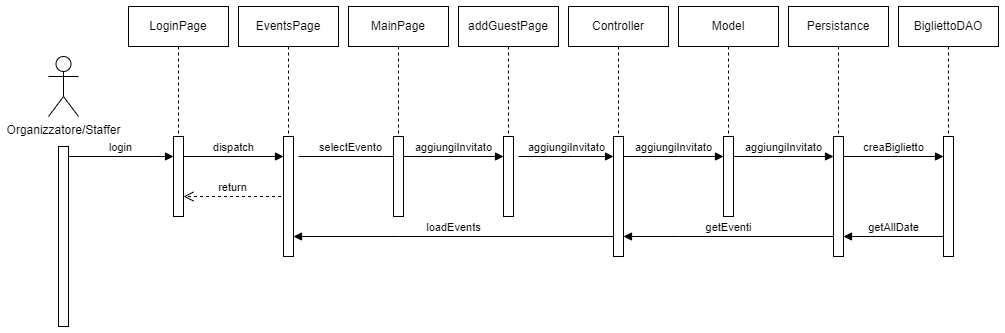
This is Documentazione/Diagrammi/Draw.io/images/aggiungiInvitato.png from IngSW-unipv/Progetto-H25, a draw.io export, as it was before one commit. Source tidied: cells renumbered, new cells last; positions are measured from the earlier drawing's top-left corner, leaving out a move shared by most shapes. The source it was exported from:
```xml
<mxGraphModel>
  <root>
    <mxCell id="0" />
    <mxCell id="1" parent="0" />
    <mxCell id="2" value="Organizzatore/Staffer" style="shape=umlActor;verticalLabelPosition=bottom;verticalAlign=top;html=1;" parent="1" vertex="1">
      <mxGeometry y="50" width="30" height="60" as="geometry" />
    </mxCell>
    <mxCell id="3" style="html=1;perimeter=orthogonalPerimeter;targetShapes=umlLifeline;newEdgeStyle={&quot;curved&quot;:0,&quot;rounded&quot;:0};" parent="1" vertex="1">
      <mxGeometry x="10" y="140" width="10" height="180" as="geometry" />
    </mxCell>
    <mxCell id="4" value="login" style="html=1;verticalAlign=bottom;endArrow=block;edgeStyle=elbowEdgeStyle;elbow=vertical;curved=0;rounded=0;" parent="1" edge="1">
      <mxGeometry relative="1" as="geometry">
        <mxPoint x="20" y="150" as="sourcePoint" />
        <mxPoint x="125" y="150" as="targetPoint" />
        <Array as="points">
          <mxPoint x="105" y="150" />
        </Array>
      </mxGeometry>
    </mxCell>
    <mxCell id="5" style="group;" parent="1" vertex="1">
      <mxGeometry x="80" width="100" height="210" as="geometry" />
    </mxCell>
    <mxCell id="6" value="LoginPage" style="shape=umlLifeline;perimeter=lifelinePerimeter;whiteSpace=wrap;html=1;newEdgeStyle={&quot;edgeStyle&quot;:&quot;elbowEdgeStyle&quot;,&quot;elbow&quot;:&quot;vertical&quot;,&quot;curved&quot;:0,&quot;rounded&quot;:0};" parent="5" vertex="1">
      <mxGeometry width="100" height="210" as="geometry" />
    </mxCell>
    <mxCell id="7" style="html=1;points=[[0,0,0,0,5],[0,1,0,0,-5],[1,0,0,0,5],[1,1,0,0,-5]];perimeter=orthogonalPerimeter;outlineConnect=0;targetShapes=umlLifeline;portConstraint=eastwest;newEdgeStyle={&quot;curved&quot;:0,&quot;rounded&quot;:0};" parent="5" vertex="1">
      <mxGeometry x="45" y="130" width="10" height="80" as="geometry" />
    </mxCell>
    <mxCell id="8" value="return" style="html=1;verticalAlign=bottom;endArrow=open;dashed=1;endSize=8;curved=0;rounded=0;entryX=1.5;entryY=0.625;entryDx=0;entryDy=0;entryPerimeter=0;" parent="5" edge="1">
      <mxGeometry relative="1" as="geometry">
        <mxPoint x="152.5" y="190" as="sourcePoint" />
        <mxPoint x="55" y="190" as="targetPoint" />
      </mxGeometry>
    </mxCell>
    <mxCell id="9" value="dispatch" style="html=1;verticalAlign=bottom;endArrow=block;edgeStyle=elbowEdgeStyle;elbow=vertical;curved=0;rounded=0;" parent="1" edge="1" source="7" target="12">
      <mxGeometry relative="1" as="geometry">
        <Array as="points">
          <mxPoint x="190" y="150" />
        </Array>
      </mxGeometry>
    </mxCell>
    <mxCell id="10" style="group;" parent="1" vertex="1">
      <mxGeometry x="190" width="100" height="270" as="geometry" />
    </mxCell>
    <mxCell id="11" value="EventsPage" style="shape=umlLifeline;perimeter=lifelinePerimeter;whiteSpace=wrap;html=1;newEdgeStyle={&quot;edgeStyle&quot;:&quot;elbowEdgeStyle&quot;,&quot;elbow&quot;:&quot;vertical&quot;,&quot;curved&quot;:0,&quot;rounded&quot;:0};" parent="10" vertex="1">
      <mxGeometry width="100" height="210" as="geometry" />
    </mxCell>
    <mxCell id="12" style="html=1;points=[[0,0,0,0,5],[0,1,0,0,-5],[1,0,0,0,5],[1,1,0,0,-5]];perimeter=orthogonalPerimeter;outlineConnect=0;targetShapes=umlLifeline;portConstraint=eastwest;newEdgeStyle={&quot;curved&quot;:0,&quot;rounded&quot;:0};" parent="10" vertex="1">
      <mxGeometry x="45" y="130" width="10" height="120" as="geometry" />
    </mxCell>
    <mxCell id="13" value="selectEvento" style="html=1;verticalAlign=bottom;endArrow=block;edgeStyle=elbowEdgeStyle;elbow=vertical;curved=0;rounded=0;" parent="1" edge="1">
      <mxGeometry relative="1" as="geometry">
        <mxPoint x="250" y="150" as="sourcePoint" />
        <mxPoint x="355" y="150" as="targetPoint" />
        <Array as="points">
          <mxPoint x="335" y="150" />
        </Array>
      </mxGeometry>
    </mxCell>
    <mxCell id="14" style="group;" parent="1" vertex="1">
      <mxGeometry x="300" width="100" height="210" as="geometry" />
    </mxCell>
    <mxCell id="15" value="MainPage" style="shape=umlLifeline;perimeter=lifelinePerimeter;whiteSpace=wrap;html=1;newEdgeStyle={&quot;edgeStyle&quot;:&quot;elbowEdgeStyle&quot;,&quot;elbow&quot;:&quot;vertical&quot;,&quot;curved&quot;:0,&quot;rounded&quot;:0};" parent="14" vertex="1">
      <mxGeometry width="100" height="210" as="geometry" />
    </mxCell>
    <mxCell id="16" style="html=1;points=[[0,0,0,0,5],[0,1,0,0,-5],[1,0,0,0,5],[1,1,0,0,-5]];perimeter=orthogonalPerimeter;outlineConnect=0;targetShapes=umlLifeline;portConstraint=eastwest;newEdgeStyle={&quot;curved&quot;:0,&quot;rounded&quot;:0};" parent="14" vertex="1">
      <mxGeometry x="45" y="130" width="10" height="80" as="geometry" />
    </mxCell>
    <mxCell id="17" value="aggiungiInvitato" style="html=1;verticalAlign=bottom;endArrow=block;edgeStyle=elbowEdgeStyle;elbow=horizontal;curved=0;rounded=0;" parent="1" edge="1" source="16" target="38">
      <mxGeometry relative="1" as="geometry">
        <Array as="points">
          <mxPoint x="410" y="150" />
        </Array>
      </mxGeometry>
    </mxCell>
    <mxCell id="18" style="group;" parent="1" vertex="1">
      <mxGeometry x="520" width="100" height="260" as="geometry" />
    </mxCell>
    <mxCell id="19" value="Controller" style="shape=umlLifeline;perimeter=lifelinePerimeter;whiteSpace=wrap;html=1;newEdgeStyle={&quot;edgeStyle&quot;:&quot;elbowEdgeStyle&quot;,&quot;elbow&quot;:&quot;vertical&quot;,&quot;curved&quot;:0,&quot;rounded&quot;:0};" parent="18" vertex="1">
      <mxGeometry width="100" height="210" as="geometry" />
    </mxCell>
    <mxCell id="20" style="html=1;points=[[0,0,0,0,5],[0,1,0,0,-5],[1,0,0,0,5],[1,1,0,0,-5]];perimeter=orthogonalPerimeter;outlineConnect=0;targetShapes=umlLifeline;portConstraint=eastwest;newEdgeStyle={&quot;curved&quot;:0,&quot;rounded&quot;:0};" parent="18" vertex="1">
      <mxGeometry x="45" y="130" width="10" height="120" as="geometry" />
    </mxCell>
    <mxCell id="21" style="group;" parent="1" vertex="1">
      <mxGeometry x="630" width="100" height="210" as="geometry" />
    </mxCell>
    <mxCell id="22" value="Model" style="shape=umlLifeline;perimeter=lifelinePerimeter;whiteSpace=wrap;html=1;newEdgeStyle={&quot;edgeStyle&quot;:&quot;elbowEdgeStyle&quot;,&quot;elbow&quot;:&quot;vertical&quot;,&quot;curved&quot;:0,&quot;rounded&quot;:0};" parent="21" vertex="1">
      <mxGeometry width="100" height="210" as="geometry" />
    </mxCell>
    <mxCell id="23" style="html=1;perimeter=orthogonalPerimeter;targetShapes=umlLifeline;newEdgeStyle={&quot;curved&quot;:0,&quot;rounded&quot;:0};" parent="21" vertex="1">
      <mxGeometry x="45" y="130" width="10" height="80" as="geometry" />
    </mxCell>
    <mxCell id="24" value="aggiungiInvitato" style="html=1;verticalAlign=bottom;endArrow=block;edgeStyle=elbowEdgeStyle;elbow=vertical;curved=0;rounded=0;" parent="21" edge="1">
      <mxGeometry relative="1" as="geometry">
        <mxPoint x="-55" y="150" as="sourcePoint" />
        <mxPoint x="45" y="150" as="targetPoint" />
        <Array as="points">
          <mxPoint y="150" />
        </Array>
      </mxGeometry>
    </mxCell>
    <mxCell id="25" style="group;" parent="1" vertex="1">
      <mxGeometry x="740" width="100" height="280" as="geometry" />
    </mxCell>
    <mxCell id="26" value="Persistance" style="shape=umlLifeline;perimeter=lifelinePerimeter;whiteSpace=wrap;html=1;newEdgeStyle={&quot;edgeStyle&quot;:&quot;elbowEdgeStyle&quot;,&quot;elbow&quot;:&quot;vertical&quot;,&quot;curved&quot;:0,&quot;rounded&quot;:0};" parent="25" vertex="1">
      <mxGeometry width="100" height="210" as="geometry" />
    </mxCell>
    <mxCell id="27" style="html=1;points=[[0,0,0,0,5],[0,1,0,0,-5],[1,0,0,0,5],[1,1,0,0,-5]];perimeter=orthogonalPerimeter;outlineConnect=0;targetShapes=umlLifeline;portConstraint=eastwest;newEdgeStyle={&quot;curved&quot;:0,&quot;rounded&quot;:0};" parent="25" vertex="1">
      <mxGeometry x="45" y="130" width="10" height="120" as="geometry" />
    </mxCell>
    <mxCell id="28" value="aggiungiInvitato" style="html=1;verticalAlign=bottom;endArrow=block;edgeStyle=elbowEdgeStyle;elbow=vertical;curved=0;rounded=0;" parent="25" edge="1">
      <mxGeometry relative="1" as="geometry">
        <mxPoint x="-55" y="150" as="sourcePoint" />
        <mxPoint x="45" y="150" as="targetPoint" />
        <Array as="points">
          <mxPoint y="150" />
        </Array>
      </mxGeometry>
    </mxCell>
    <mxCell id="29" style="group;" parent="1" vertex="1">
      <mxGeometry x="850" width="100" height="270" as="geometry" />
    </mxCell>
    <mxCell id="30" value="BigliettoDAO" style="shape=umlLifeline;perimeter=lifelinePerimeter;whiteSpace=wrap;html=1;newEdgeStyle={&quot;edgeStyle&quot;:&quot;elbowEdgeStyle&quot;,&quot;elbow&quot;:&quot;vertical&quot;,&quot;curved&quot;:0,&quot;rounded&quot;:0};" parent="29" vertex="1">
      <mxGeometry width="100" height="210" as="geometry" />
    </mxCell>
    <mxCell id="31" style="html=1;points=[[0,0,0,0,5],[0,1,0,0,-5],[1,0,0,0,5],[1,1,0,0,-5]];perimeter=orthogonalPerimeter;outlineConnect=0;targetShapes=umlLifeline;portConstraint=eastwest;newEdgeStyle={&quot;curved&quot;:0,&quot;rounded&quot;:0};" parent="29" vertex="1">
      <mxGeometry x="45" y="130" width="10" height="120" as="geometry" />
    </mxCell>
    <mxCell id="32" value="creaBiglietto" style="html=1;verticalAlign=bottom;endArrow=block;edgeStyle=elbowEdgeStyle;elbow=vertical;curved=0;rounded=0;" parent="29" edge="1">
      <mxGeometry relative="1" as="geometry">
        <mxPoint x="-55" y="150" as="sourcePoint" />
        <mxPoint x="45" y="150" as="targetPoint" />
        <Array as="points">
          <mxPoint y="150" />
        </Array>
      </mxGeometry>
    </mxCell>
    <mxCell id="33" value="loadEvents" style="html=1;verticalAlign=bottom;endArrow=block;edgeStyle=elbowEdgeStyle;elbow=vertical;curved=0;rounded=0;" parent="1" edge="1" source="20" target="12">
      <mxGeometry relative="1" as="geometry">
        <Array as="points">
          <mxPoint x="350" y="230" />
        </Array>
      </mxGeometry>
    </mxCell>
    <mxCell id="34" value="getEventi" style="html=1;verticalAlign=bottom;endArrow=block;edgeStyle=elbowEdgeStyle;elbow=vertical;curved=0;rounded=0;" parent="1" edge="1" source="27" target="20">
      <mxGeometry relative="1" as="geometry">
        <Array as="points">
          <mxPoint x="630" y="230" />
        </Array>
      </mxGeometry>
    </mxCell>
    <mxCell id="35" value="getAllDate" style="html=1;verticalAlign=bottom;endArrow=block;edgeStyle=elbowEdgeStyle;elbow=vertical;curved=0;rounded=0;" parent="1" edge="1" source="31" target="27">
      <mxGeometry relative="1" as="geometry">
        <Array as="points">
          <mxPoint x="850" y="230" />
        </Array>
      </mxGeometry>
    </mxCell>
    <mxCell id="36" style="group;" parent="1" vertex="1">
      <mxGeometry x="410" width="100" height="260" as="geometry" />
    </mxCell>
    <mxCell id="37" value="addGuestPage" style="shape=umlLifeline;perimeter=lifelinePerimeter;whiteSpace=wrap;html=1;newEdgeStyle={&quot;edgeStyle&quot;:&quot;elbowEdgeStyle&quot;,&quot;elbow&quot;:&quot;vertical&quot;,&quot;curved&quot;:0,&quot;rounded&quot;:0};" parent="36" vertex="1">
      <mxGeometry width="100" height="210" as="geometry" />
    </mxCell>
    <mxCell id="38" style="html=1;points=[[0,0,0,0,5],[0,1,0,0,-5],[1,0,0,0,5],[1,1,0,0,-5]];perimeter=orthogonalPerimeter;outlineConnect=0;targetShapes=umlLifeline;portConstraint=eastwest;newEdgeStyle={&quot;curved&quot;:0,&quot;rounded&quot;:0};" parent="36" vertex="1">
      <mxGeometry x="45" y="130" width="10" height="80" as="geometry" />
    </mxCell>
    <mxCell id="39" value="aggiungiInvitato" style="html=1;verticalAlign=bottom;endArrow=block;edgeStyle=elbowEdgeStyle;elbow=horizontal;curved=0;rounded=0;" parent="36" edge="1" target="20">
      <mxGeometry relative="1" as="geometry">
        <mxPoint x="60" y="150" as="sourcePoint" />
        <Array as="points">
          <mxPoint x="115" y="150" />
        </Array>
      </mxGeometry>
    </mxCell>
  </root>
</mxGraphModel>
```
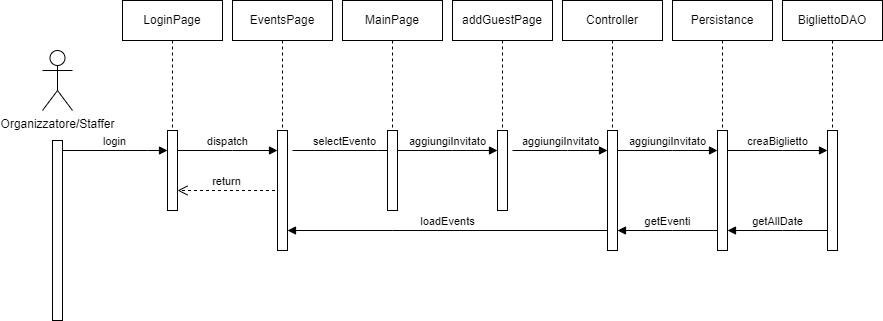
After the commit.

Change to the diagram source:
```diff
@@ -83,14 +83,8 @@
       <mxGeometry x="45" y="130" width="10" height="120" as="geometry" />
     </mxCell>
     <mxCell id="21" style="group;" parent="1" vertex="1">
-      <mxGeometry x="630" width="100" height="210" as="geometry" />
+      <mxGeometry x="630" width="210" height="280" as="geometry" />
     </mxCell>
-    <mxCell id="22" value="Model" style="shape=umlLifeline;perimeter=lifelinePerimeter;whiteSpace=wrap;html=1;newEdgeStyle={&quot;edgeStyle&quot;:&quot;elbowEdgeStyle&quot;,&quot;elbow&quot;:&quot;vertical&quot;,&quot;curved&quot;:0,&quot;rounded&quot;:0};" parent="21" vertex="1">
-      <mxGeometry width="100" height="210" as="geometry" />
-    </mxCell>
-    <mxCell id="23" style="html=1;perimeter=orthogonalPerimeter;targetShapes=umlLifeline;newEdgeStyle={&quot;curved&quot;:0,&quot;rounded&quot;:0};" parent="21" vertex="1">
-      <mxGeometry x="45" y="130" width="10" height="80" as="geometry" />
-    </mxCell>
     <mxCell id="24" value="aggiungiInvitato" style="html=1;verticalAlign=bottom;endArrow=block;edgeStyle=elbowEdgeStyle;elbow=vertical;curved=0;rounded=0;" parent="21" edge="1">
       <mxGeometry relative="1" as="geometry">
         <mxPoint x="-55" y="150" as="sourcePoint" />
@@ -100,8 +94,8 @@
         </Array>
       </mxGeometry>
     </mxCell>
-    <mxCell id="25" style="group;" parent="1" vertex="1">
-      <mxGeometry x="740" width="100" height="280" as="geometry" />
+    <mxCell id="25" style="group;" parent="21" vertex="1">
+      <mxGeometry width="100" height="280" as="geometry" />
     </mxCell>
     <mxCell id="26" value="Persistance" style="shape=umlLifeline;perimeter=lifelinePerimeter;whiteSpace=wrap;html=1;newEdgeStyle={&quot;edgeStyle&quot;:&quot;elbowEdgeStyle&quot;,&quot;elbow&quot;:&quot;vertical&quot;,&quot;curved&quot;:0,&quot;rounded&quot;:0};" parent="25" vertex="1">
       <mxGeometry width="100" height="210" as="geometry" />
@@ -109,17 +103,8 @@
     <mxCell id="27" style="html=1;points=[[0,0,0,0,5],[0,1,0,0,-5],[1,0,0,0,5],[1,1,0,0,-5]];perimeter=orthogonalPerimeter;outlineConnect=0;targetShapes=umlLifeline;portConstraint=eastwest;newEdgeStyle={&quot;curved&quot;:0,&quot;rounded&quot;:0};" parent="25" vertex="1">
       <mxGeometry x="45" y="130" width="10" height="120" as="geometry" />
     </mxCell>
-    <mxCell id="28" value="aggiungiInvitato" style="html=1;verticalAlign=bottom;endArrow=block;edgeStyle=elbowEdgeStyle;elbow=vertical;curved=0;rounded=0;" parent="25" edge="1">
-      <mxGeometry relative="1" as="geometry">
-        <mxPoint x="-55" y="150" as="sourcePoint" />
-        <mxPoint x="45" y="150" as="targetPoint" />
-        <Array as="points">
-          <mxPoint y="150" />
-        </Array>
-      </mxGeometry>
-    </mxCell>
-    <mxCell id="29" style="group;" parent="1" vertex="1">
-      <mxGeometry x="850" width="100" height="270" as="geometry" />
+    <mxCell id="29" style="group;" parent="21" vertex="1">
+      <mxGeometry x="110" width="100" height="270" as="geometry" />
     </mxCell>
     <mxCell id="30" value="BigliettoDAO" style="shape=umlLifeline;perimeter=lifelinePerimeter;whiteSpace=wrap;html=1;newEdgeStyle={&quot;edgeStyle&quot;:&quot;elbowEdgeStyle&quot;,&quot;elbow&quot;:&quot;vertical&quot;,&quot;curved&quot;:0,&quot;rounded&quot;:0};" parent="29" vertex="1">
       <mxGeometry width="100" height="210" as="geometry" />
@@ -136,6 +121,13 @@
         </Array>
       </mxGeometry>
     </mxCell>
+    <mxCell id="35" value="getAllDate" style="html=1;verticalAlign=bottom;endArrow=block;edgeStyle=elbowEdgeStyle;elbow=vertical;curved=0;rounded=0;" parent="21" edge="1" source="31" target="27">
+      <mxGeometry relative="1" as="geometry">
+        <Array as="points">
+          <mxPoint x="110" y="230" />
+        </Array>
+      </mxGeometry>
+    </mxCell>
     <mxCell id="33" value="loadEvents" style="html=1;verticalAlign=bottom;endArrow=block;edgeStyle=elbowEdgeStyle;elbow=vertical;curved=0;rounded=0;" parent="1" edge="1" source="20" target="12">
       <mxGeometry relative="1" as="geometry">
         <Array as="points">
@@ -150,13 +142,6 @@
         </Array>
       </mxGeometry>
     </mxCell>
-    <mxCell id="35" value="getAllDate" style="html=1;verticalAlign=bottom;endArrow=block;edgeStyle=elbowEdgeStyle;elbow=vertical;curved=0;rounded=0;" parent="1" edge="1" source="31" target="27">
-      <mxGeometry relative="1" as="geometry">
-        <Array as="points">
-          <mxPoint x="850" y="230" />
-        </Array>
-      </mxGeometry>
-    </mxCell>
     <mxCell id="36" style="group;" parent="1" vertex="1">
       <mxGeometry x="410" width="100" height="260" as="geometry" />
     </mxCell>
```
